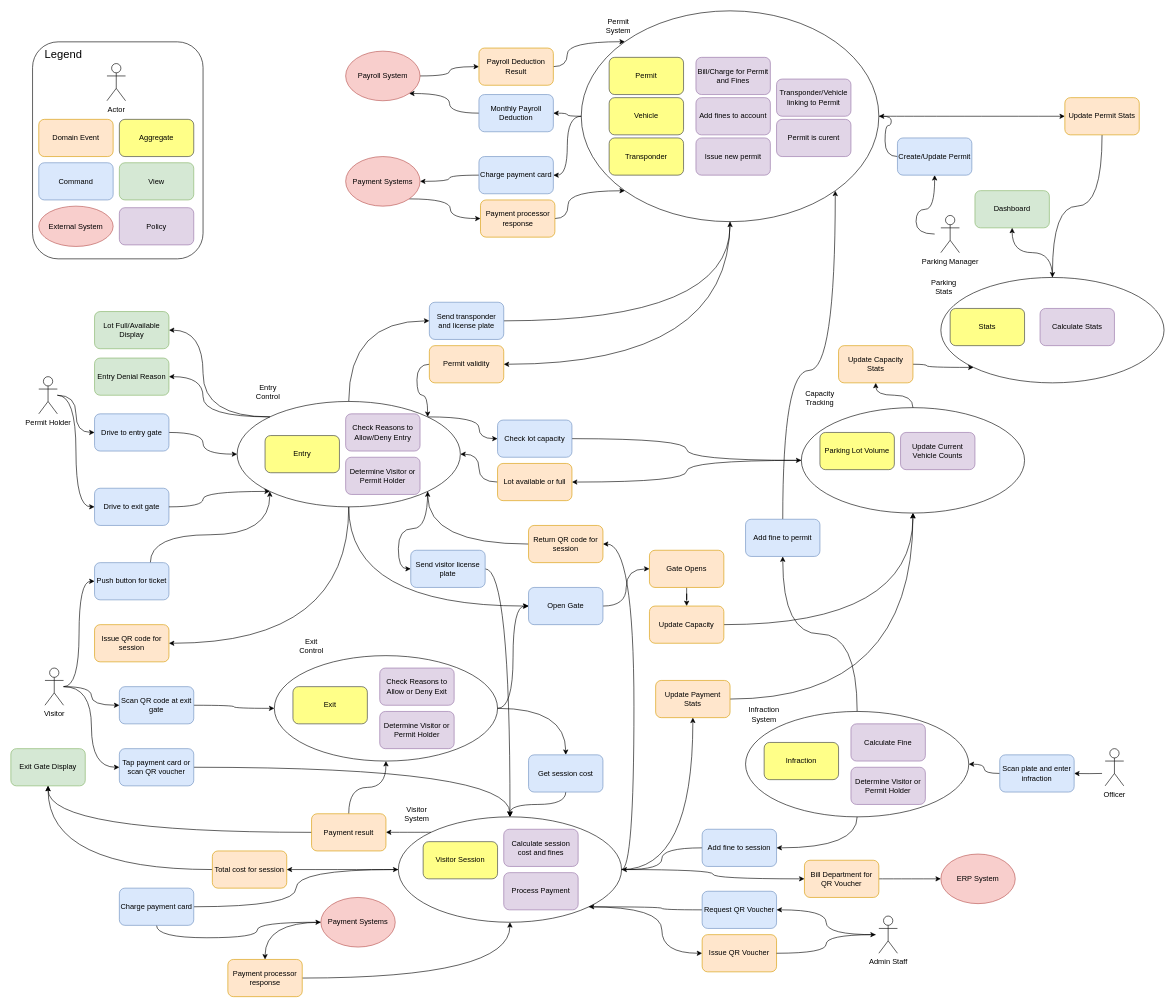
Above: mvp.drawio in harwoodr/drawio (draw.io), before the change. Source tidied: cells renumbered, new cells numbered last; positions are measured from the earlier drawing's top-left corner, leaving out a move shared by most shapes. Both pictures are drawn from the tidied source at 62%, with x=0, y=0 at pixel (11, 11).
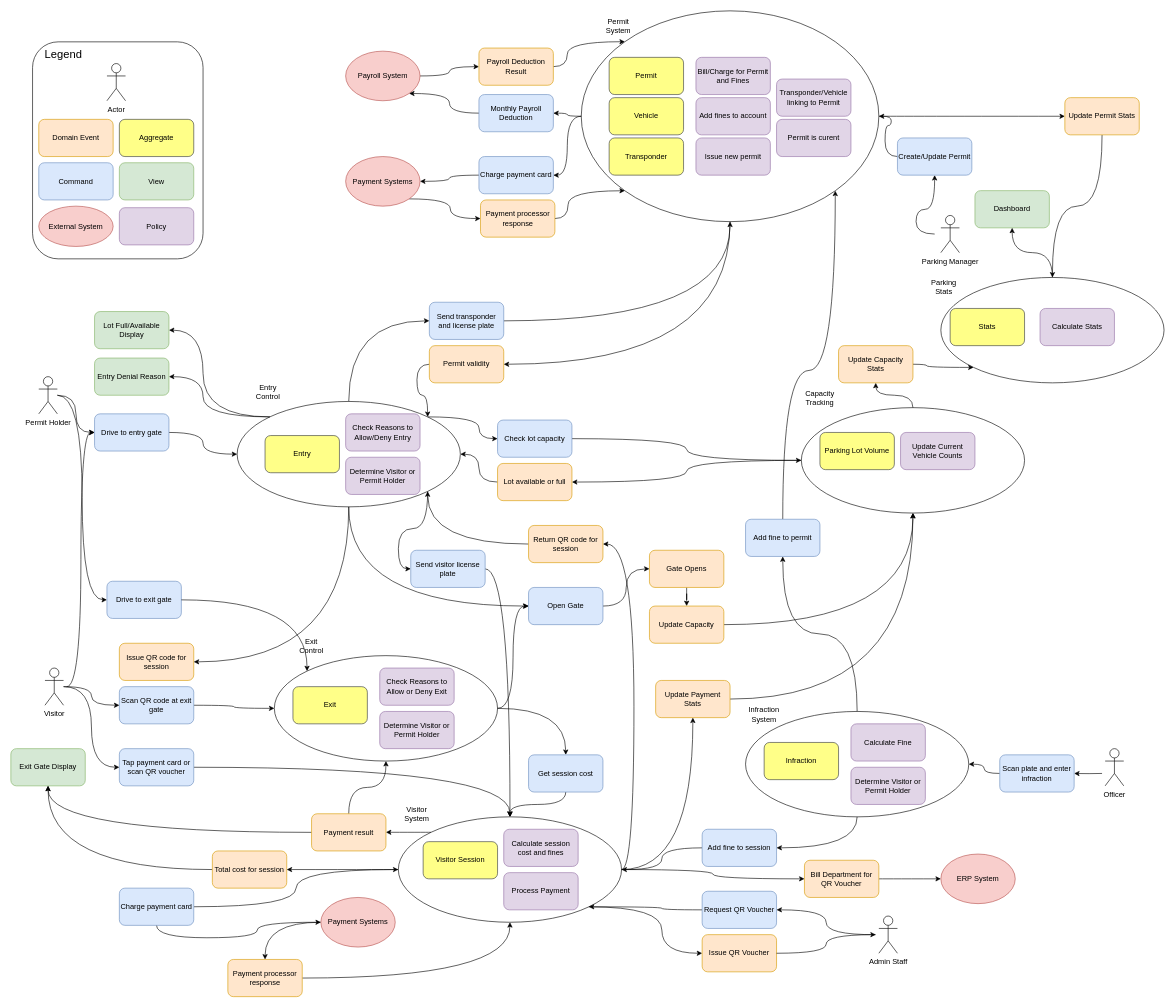
The same diagram, later.

The change refers to these unchanged cells:
```xml
<mxCell id="16" style="ellipse;whiteSpace=wrap;html=1;fillColor=none;rounded=1;" parent="1" vertex="1">
  <mxGeometry x="365" y="630" width="360" height="170" as="geometry" />
</mxCell>
<mxCell id="31" value="Drive to entry gate" style="rounded=1;whiteSpace=wrap;html=1;fillColor=#dae8fc;strokeColor=#6c8ebf;" parent="1" vertex="1">
  <mxGeometry x="135" y="650" width="120" height="60" as="geometry" />
</mxCell>
<mxCell id="43" value="Visitor" style="shape=umlActor;verticalLabelPosition=bottom;verticalAlign=top;html=1;rounded=1;" parent="1" vertex="1">
  <mxGeometry x="55" y="1060" width="30" height="60" as="geometry" />
</mxCell>
<mxCell id="57" style="ellipse;whiteSpace=wrap;html=1;fillColor=none;rounded=1;" parent="1" vertex="1">
  <mxGeometry x="425" y="1040" width="360" height="170" as="geometry" />
</mxCell>
```

Diff of the diagram source:
```diff
@@
     <mxCell id="29" value="Drive to exit gate" style="rounded=1;whiteSpace=wrap;html=1;fillColor=#dae8fc;strokeColor=#6c8ebf;" parent="1" vertex="1">
-      <mxGeometry x="135" y="770" width="120" height="60" as="geometry" />
+      <mxGeometry x="155" y="920" width="120" height="60" as="geometry" />
     </mxCell>
@@
     <mxCell id="32" value="Issue QR code for session" style="rounded=1;whiteSpace=wrap;html=1;fillColor=#ffe6cc;strokeColor=#d79b00;" parent="1" vertex="1">
-      <mxGeometry x="135" y="990" width="120" height="60" as="geometry" />
+      <mxGeometry x="175" y="1020" width="120" height="60" as="geometry" />
     </mxCell>
-    <mxCell id="33" style="edgeStyle=orthogonalEdgeStyle;rounded=1;jettySize=auto;html=1;exitX=0.75;exitY=0;exitDx=0;exitDy=0;curved=1;entryX=0;entryY=1;entryDx=0;entryDy=0;" parent="1" edge="1" source="34" target="16">
-      <mxGeometry relative="1" as="geometry" />
-    </mxCell>
-    <mxCell id="34" value="Push button for ticket" style="rounded=1;whiteSpace=wrap;html=1;fillColor=#dae8fc;strokeColor=#6c8ebf;" parent="1" vertex="1">
-      <mxGeometry x="135" y="890" width="120" height="60" as="geometry" />
-    </mxCell>
@@
-    <mxCell id="40" style="edgeStyle=orthogonalEdgeStyle;rounded=1;jettySize=auto;html=1;entryX=0;entryY=0.5;entryDx=0;entryDy=0;curved=1;" parent="1" edge="1" source="43" target="34">
-      <mxGeometry relative="1" as="geometry" />
-    </mxCell>
@@
-    <mxCell id="82" style="edgeStyle=orthogonalEdgeStyle;rounded=1;jettySize=auto;html=1;exitX=1;exitY=0.5;exitDx=0;exitDy=0;curved=1;entryX=0;entryY=1;entryDx=0;entryDy=0;" parent="1" edge="1" source="29" target="16">
+    <mxCell id="82" style="edgeStyle=orthogonalEdgeStyle;rounded=1;jettySize=auto;html=1;exitX=1;exitY=0.5;exitDx=0;exitDy=0;curved=1;entryX=0;entryY=0;entryDx=0;entryDy=0;" parent="1" edge="1" source="29" target="57">
       <mxGeometry relative="1" as="geometry" />
     </mxCell>
@@
+    <mxCell id="166" style="endArrow=classic;html=1;rounded=0;entryX=0;entryY=0.5;entryDx=0;entryDy=0;edgeStyle=orthogonalEdgeStyle;curved=1;" parent="1" edge="1" target="31">
+      <mxGeometry relative="1" as="geometry">
+        <mxPoint x="90" y="1090" as="sourcePoint" />
+      </mxGeometry>
+    </mxCell>
```
